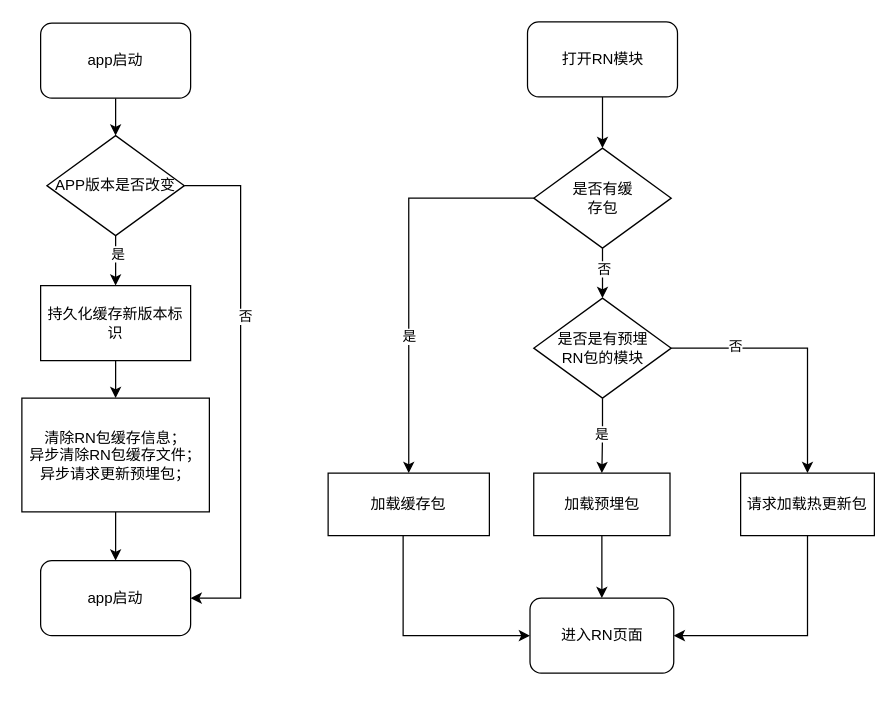
markweng/drawio keeps this draw.io diagram as app启动一.drawio. Above is the earlier version. Source tidied: cells renumbered, new cells numbered last; positions are measured from the earlier drawing's top-left corner, leaving out a move shared by most shapes. Both pictures are drawn from the tidied source at 125%, with x=0, y=0 at pixel (21, 21).
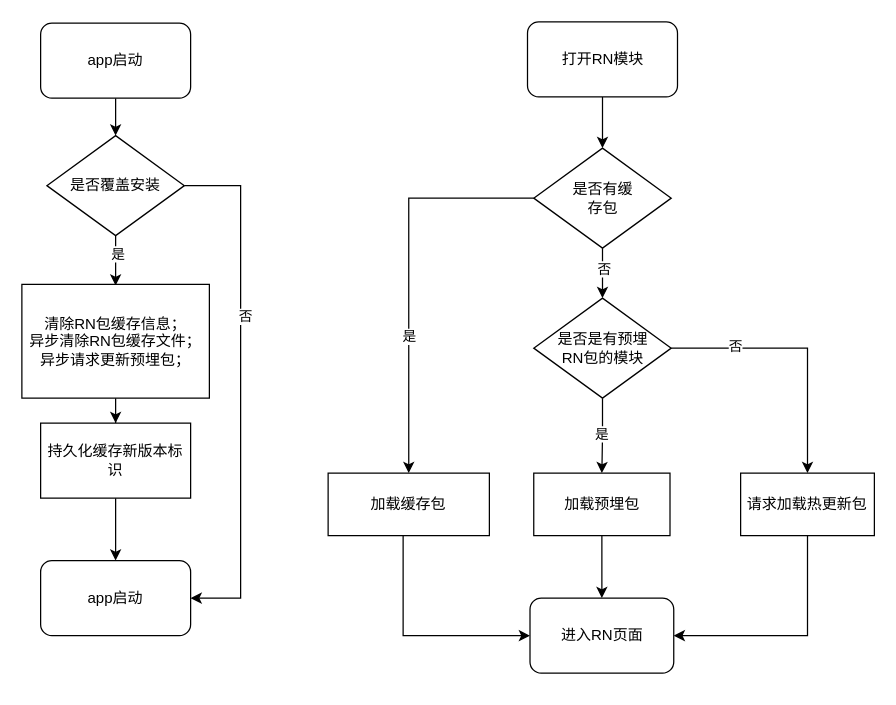
Above is the later version.

Commit message:
更新app启动一.drawio

The change refers to these unchanged cells:
```xml
<mxCell id="11" value="app启动" style="rounded=1;whiteSpace=wrap;html=1;" parent="1" vertex="1">
  <mxGeometry x="15" y="431" width="120" height="60" as="geometry" />
</mxCell>
```

What changed in the source:
```diff
@@
-    <mxCell id="4" style="edgeStyle=orthogonalEdgeStyle;rounded=0;jettySize=auto;html=1;" parent="1" edge="1" source="8" target="10">
-      <mxGeometry relative="1" as="geometry" />
+    <mxCell id="4" style="edgeStyle=orthogonalEdgeStyle;rounded=0;jettySize=auto;html=1;" parent="1" edge="1" source="8">
+      <mxGeometry relative="1" as="geometry">
+        <mxPoint x="75" y="211" as="targetPoint" />
+      </mxGeometry>
     </mxCell>
@@
-    <mxCell id="8" value="APP版本是否改变" style="rhombus;whiteSpace=wrap;html=1;" parent="1" vertex="1">
+    <mxCell id="8" value="是否覆盖安装" style="rhombus;whiteSpace=wrap;html=1;" parent="1" vertex="1">
       <mxGeometry x="20" y="91" width="110" height="80" as="geometry" />
     </mxCell>
-    <mxCell id="9" style="edgeStyle=orthogonalEdgeStyle;rounded=0;jettySize=auto;html=1;exitX=0.5;exitY=1;exitDx=0;exitDy=0;entryX=0.5;entryY=0;entryDx=0;entryDy=0;" parent="1" edge="1" source="10" target="32">
-      <mxGeometry relative="1" as="geometry" />
-    </mxCell>
-    <mxCell id="10" value="持久化缓存新版本标识" style="whiteSpace=wrap;html=1;" parent="1" vertex="1">
-      <mxGeometry x="15" y="211" width="120" height="60" as="geometry" />
-    </mxCell>
@@
-    <mxCell id="31" style="edgeStyle=orthogonalEdgeStyle;rounded=0;jettySize=auto;html=1;exitX=0.5;exitY=1;exitDx=0;exitDy=0;entryX=0.5;entryY=0;entryDx=0;entryDy=0;" parent="1" edge="1" source="32" target="11">
-      <mxGeometry relative="1" as="geometry" />
-    </mxCell>
+    <mxCell id="34" style="edgeStyle=orthogonalEdgeStyle;rounded=0;jettySize=auto;html=1;" parent="1" edge="1" source="32" target="10">
+      <mxGeometry relative="1" as="geometry" />
+    </mxCell>
     <mxCell id="32" value="清除RN包缓存信息；&lt;br&gt;异步清除RN包缓存文件；&lt;br&gt;异步请求更新预埋包；" style="whiteSpace=wrap;html=1;" parent="1" vertex="1">
-      <mxGeometry y="301" width="150" height="91" as="geometry" />
+      <mxGeometry y="210" width="150" height="91" as="geometry" />
     </mxCell>
@@
+    <mxCell id="35" style="edgeStyle=orthogonalEdgeStyle;rounded=0;jettySize=auto;html=1;" parent="1" edge="1" source="10" target="11">
+      <mxGeometry relative="1" as="geometry" />
+    </mxCell>
+    <mxCell id="10" value="持久化缓存新版本标识" style="whiteSpace=wrap;html=1;" parent="1" vertex="1">
+      <mxGeometry x="15" y="321" width="120" height="60" as="geometry" />
+    </mxCell>
```
